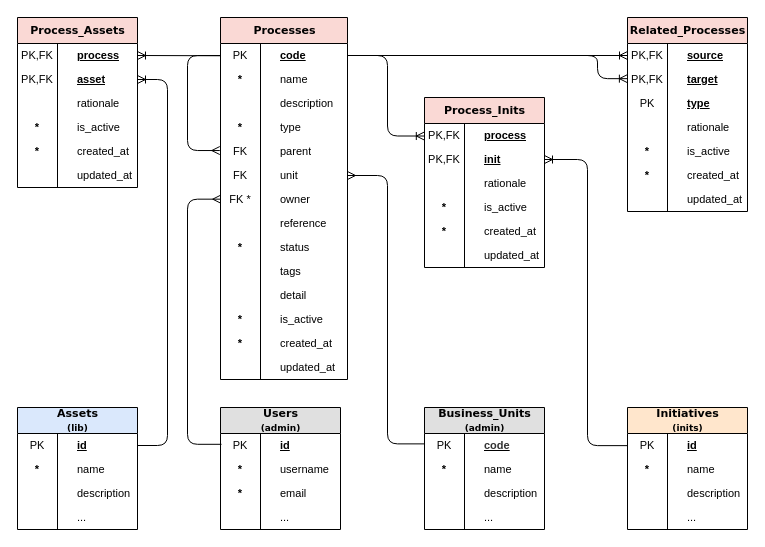
Above: page "proc" (8 of 8) of docs/models.drawio in abc-flex/synapxia (draw.io), before the change. Source tidied: cells renumbered, new cells numbered last; positions are measured from the earlier drawing's top-left corner, leaving out a move shared by most shapes. Both pictures are drawn from the tidied source at 100%, with x=0, y=0 at pixel (17, 17).
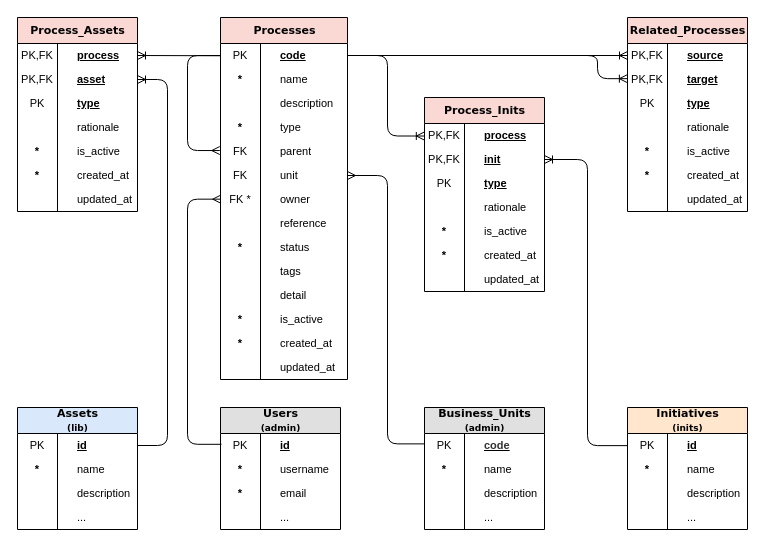
The same page after the edit.

The edit, as a diff of the source:
```diff
@@
     <mxCell id="91" value="Process_Inits" style="swimlane;html=1;fontStyle=1;horizontal=1;startSize=26;fillColor=#FAD9D5;swimlaneFillColor=#ffffff;align=center;rounded=0;shadow=0;comic=0;labelBackgroundColor=none;strokeWidth=1;fontFamily=Verdana;fontSize=11;spacing=0;" parent="1" vertex="1">
-      <mxGeometry x="407" y="80" width="120" height="170" as="geometry" />
+      <mxGeometry x="407" y="80" width="120" height="194" as="geometry" />
     </mxCell>
@@
+    <mxCell id="117" value="&lt;u&gt;&lt;b&gt;type&lt;/b&gt;&lt;/u&gt;" style="shape=partialRectangle;top=0;left=0;right=0;bottom=0;html=1;align=left;verticalAlign=middle;fillColor=none;spacingLeft=60;spacingRight=4;whiteSpace=wrap;overflow=hidden;fontStyle=0;fontSize=11;spacing=0;" parent="91" vertex="1">
+      <mxGeometry y="74" width="120" height="24" as="geometry" />
+    </mxCell>
+    <mxCell id="118" value="PK" style="shape=partialRectangle;fontStyle=0;top=0;left=0;bottom=0;html=1;fillColor=none;align=center;verticalAlign=middle;spacingLeft=4;spacingRight=4;whiteSpace=wrap;overflow=hidden;fontSize=11;spacing=0;" parent="117" vertex="1">
+      <mxGeometry width="40" height="24" as="geometry" />
+    </mxCell>
     <mxCell id="96" value="rationale" style="shape=partialRectangle;top=0;left=0;right=0;bottom=0;html=1;align=left;verticalAlign=middle;fillColor=none;spacingLeft=60;spacingRight=4;whiteSpace=wrap;overflow=hidden;fontStyle=0;fontSize=11;spacing=0;" parent="91" vertex="1">
-      <mxGeometry y="74" width="120" height="24" as="geometry" />
+      <mxGeometry y="98" width="120" height="24" as="geometry" />
     </mxCell>
@@
     <mxCell id="98" value="is_active" style="shape=partialRectangle;top=0;left=0;right=0;bottom=0;html=1;align=left;verticalAlign=middle;fillColor=none;spacingLeft=60;spacingRight=4;whiteSpace=wrap;overflow=hidden;fontStyle=0;fontSize=11;spacing=0;" parent="91" vertex="1">
-      <mxGeometry y="98" width="120" height="24" as="geometry" />
+      <mxGeometry y="122" width="120" height="24" as="geometry" />
     </mxCell>
@@
     <mxCell id="100" value="created_at" style="shape=partialRectangle;top=0;left=0;right=0;bottom=0;html=1;align=left;verticalAlign=middle;fillColor=none;spacingLeft=60;spacingRight=4;whiteSpace=wrap;overflow=hidden;fontStyle=0;fontSize=11;spacing=0;" parent="91" vertex="1">
-      <mxGeometry y="122" width="120" height="24" as="geometry" />
+      <mxGeometry y="146" width="120" height="24" as="geometry" />
     </mxCell>
@@
     <mxCell id="102" value="updated_at" style="shape=partialRectangle;top=0;left=0;right=0;bottom=0;html=1;align=left;verticalAlign=middle;fillColor=none;spacingLeft=60;spacingRight=4;whiteSpace=wrap;overflow=hidden;fontStyle=0;fontSize=11;spacing=0;" parent="91" vertex="1">
-      <mxGeometry y="146" width="120" height="24" as="geometry" />
+      <mxGeometry y="170" width="120" height="24" as="geometry" />
     </mxCell>
@@
     <mxCell id="104" value="Process_Assets" style="swimlane;html=1;fontStyle=1;horizontal=1;startSize=26;fillColor=#FAD9D5;swimlaneFillColor=#ffffff;align=center;rounded=0;shadow=0;comic=0;labelBackgroundColor=none;strokeWidth=1;fontFamily=Verdana;fontSize=11;spacing=0;" parent="1" vertex="1">
-      <mxGeometry width="120" height="170" as="geometry" />
+      <mxGeometry width="120" height="194" as="geometry" />
     </mxCell>
@@
+    <mxCell id="119" value="&lt;u&gt;&lt;b&gt;type&lt;/b&gt;&lt;/u&gt;" style="shape=partialRectangle;top=0;left=0;right=0;bottom=0;html=1;align=left;verticalAlign=middle;fillColor=none;spacingLeft=60;spacingRight=4;whiteSpace=wrap;overflow=hidden;fontStyle=0;fontSize=11;spacing=0;" parent="104" vertex="1">
+      <mxGeometry y="74" width="120" height="24" as="geometry" />
+    </mxCell>
+    <mxCell id="120" value="PK" style="shape=partialRectangle;fontStyle=0;top=0;left=0;bottom=0;html=1;fillColor=none;align=center;verticalAlign=middle;spacingLeft=4;spacingRight=4;whiteSpace=wrap;overflow=hidden;fontSize=11;spacing=0;" parent="119" vertex="1">
+      <mxGeometry width="40" height="24" as="geometry" />
+    </mxCell>
     <mxCell id="109" value="rationale" style="shape=partialRectangle;top=0;left=0;right=0;bottom=0;html=1;align=left;verticalAlign=middle;fillColor=none;spacingLeft=60;spacingRight=4;whiteSpace=wrap;overflow=hidden;fontStyle=0;fontSize=11;spacing=0;" parent="104" vertex="1">
-      <mxGeometry y="74" width="120" height="24" as="geometry" />
+      <mxGeometry y="98" width="120" height="24" as="geometry" />
     </mxCell>
@@
     <mxCell id="111" value="is_active" style="shape=partialRectangle;top=0;left=0;right=0;bottom=0;html=1;align=left;verticalAlign=middle;fillColor=none;spacingLeft=60;spacingRight=4;whiteSpace=wrap;overflow=hidden;fontStyle=0;fontSize=11;spacing=0;" parent="104" vertex="1">
-      <mxGeometry y="98" width="120" height="24" as="geometry" />
+      <mxGeometry y="122" width="120" height="24" as="geometry" />
     </mxCell>
@@
     <mxCell id="113" value="created_at" style="shape=partialRectangle;top=0;left=0;right=0;bottom=0;html=1;align=left;verticalAlign=middle;fillColor=none;spacingLeft=60;spacingRight=4;whiteSpace=wrap;overflow=hidden;fontStyle=0;fontSize=11;spacing=0;" parent="104" vertex="1">
-      <mxGeometry y="122" width="120" height="24" as="geometry" />
+      <mxGeometry y="146" width="120" height="24" as="geometry" />
     </mxCell>
@@
     <mxCell id="115" value="updated_at" style="shape=partialRectangle;top=0;left=0;right=0;bottom=0;html=1;align=left;verticalAlign=middle;fillColor=none;spacingLeft=60;spacingRight=4;whiteSpace=wrap;overflow=hidden;fontStyle=0;fontSize=11;spacing=0;" parent="104" vertex="1">
-      <mxGeometry y="146" width="120" height="24" as="geometry" />
+      <mxGeometry y="170" width="120" height="24" as="geometry" />
     </mxCell>
```
